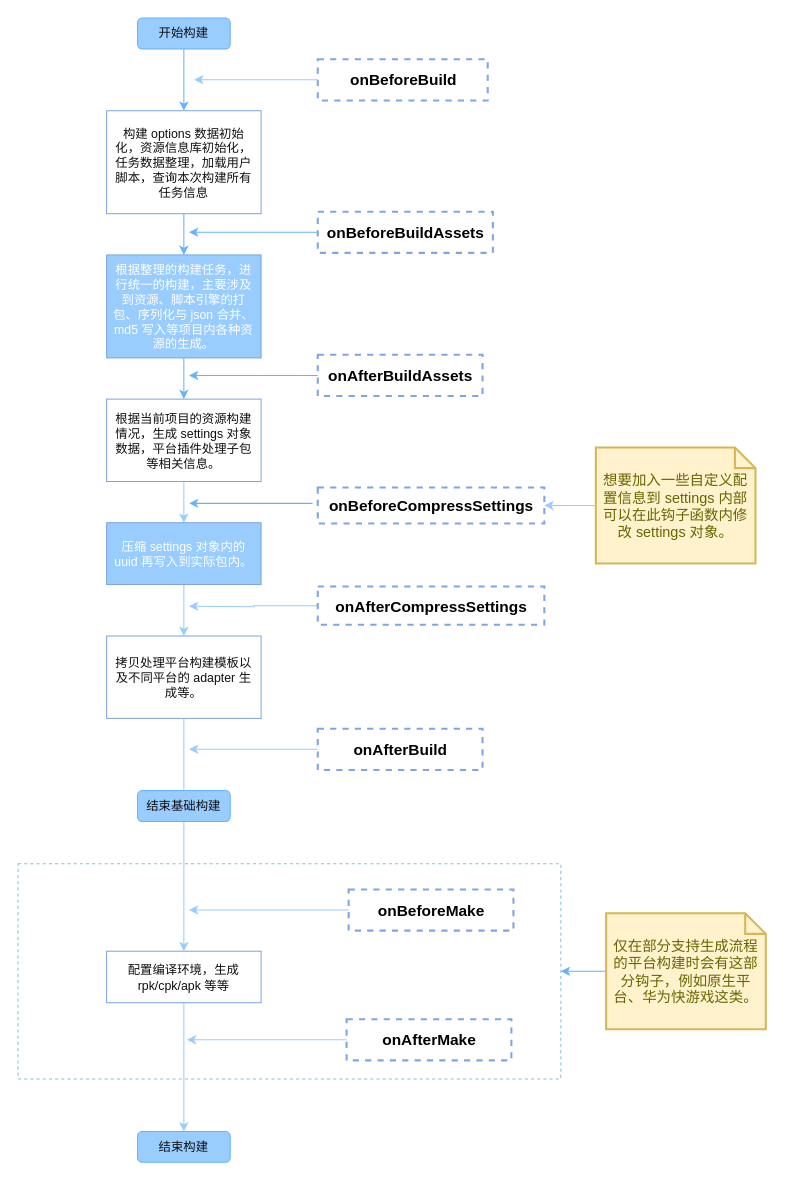
Before: zh/editor/publish/custom-project-build-template/build-process-public.drawio in cocos/cocos-docs, a draw.io diagram. Source tidied: cells renumbered, new cells numbered last; positions are measured from the earlier drawing's top-left corner, leaving out a move shared by most shapes. Both pictures are drawn from the tidied source at 103%, with x=0, y=0 at pixel (18, 18).
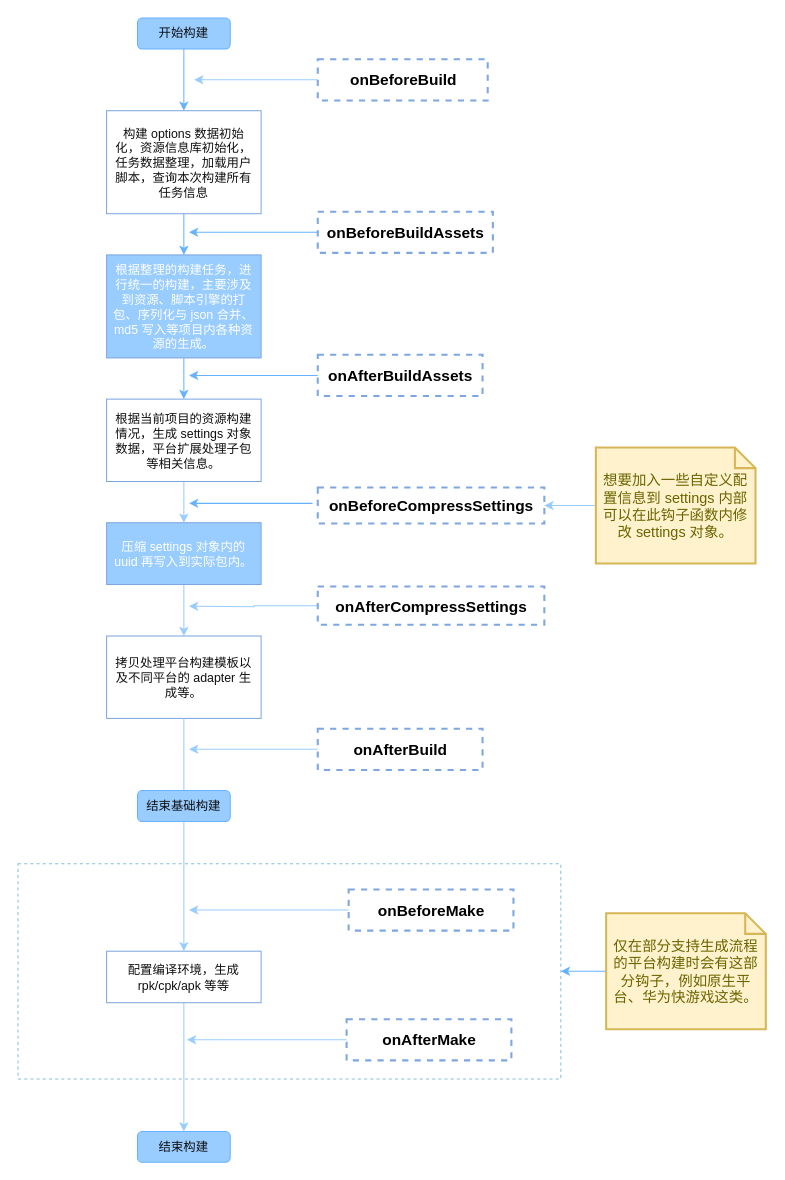
The same page after the edit.

Change to the diagram source:
```diff
@@
-    <mxCell id="10" value="根据当前项目的资源构建情况，生成 settings 对象数据，平台插件处理子包等相关信息。" style="rounded=0;whiteSpace=wrap;html=1;fillColor=none;strokeColor=#7EA6E0;fontColor=#0F0F0F;spacingTop=2;spacingLeft=4;spacingRight=4;" parent="1" vertex="1">
+    <mxCell id="10" value="根据当前项目的资源构建情况，生成 settings 对象数据，平台扩展处理子包等相关信息。" style="rounded=0;whiteSpace=wrap;html=1;fillColor=none;strokeColor=#7EA6E0;fontColor=#0F0F0F;spacingTop=2;spacingLeft=4;spacingRight=4;" parent="1" vertex="1">
       <mxGeometry x="86" y="370" width="150" height="80" as="geometry" />
     </mxCell>
```
